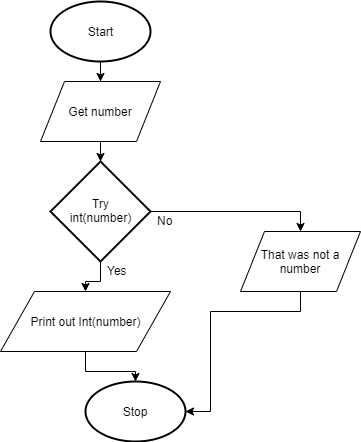
Mr-Coxall/Computer-Based-Problem-Solving keeps this draw.io diagram as docs/structured-problem-solving/images/try-catch.png. Above is the earlier version. Source tidied: cells renumbered, new cells last; positions are measured from the earlier drawing's top-left corner, leaving out a move shared by most shapes.
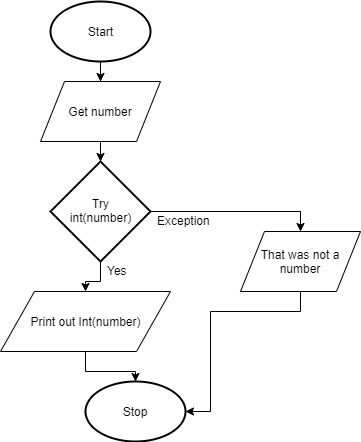
After the commit.

The edit, as a diff of the source:
```diff
@@ -47,8 +47,8 @@
     <mxCell id="14" value="Yes" style="text;html=1;align=left;verticalAlign=top;spacingTop=-4;" parent="1" vertex="1">
       <mxGeometry x="105" y="260" width="30" height="20" as="geometry" />
     </mxCell>
-    <mxCell id="15" value="No" style="text;html=1;align=left;verticalAlign=top;spacingTop=-4;" parent="1" vertex="1">
-      <mxGeometry x="155" y="210" width="30" height="20" as="geometry" />
+    <mxCell id="15" value="Exception" style="text;html=1;align=left;verticalAlign=top;spacingTop=-4;" parent="1" vertex="1">
+      <mxGeometry x="155" y="210" width="70" height="20" as="geometry" />
     </mxCell>
   </root>
 </mxGraphModel>
```
